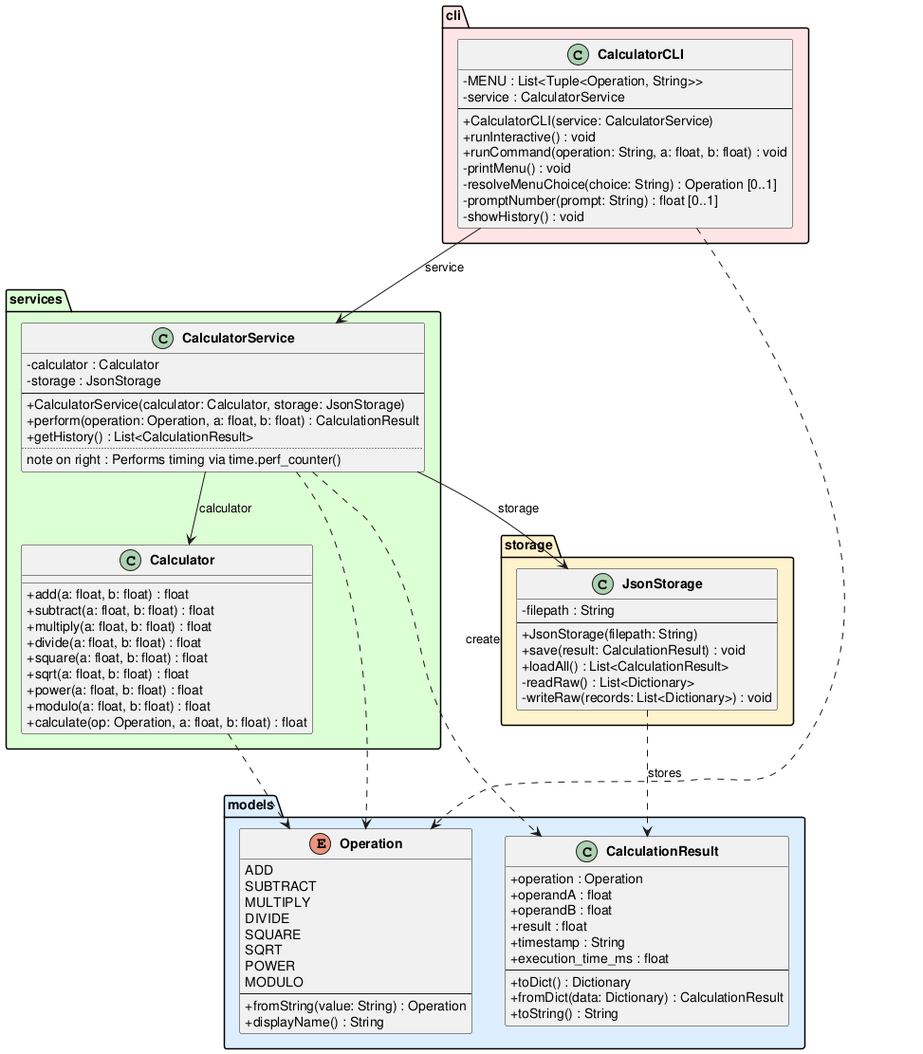
Above: experiments/pipeline/user_stories/calculator/artifacts/class_diagram.png in DanielRiha8906/Software_autoevolution_using_agents (PlantUML), before the change.
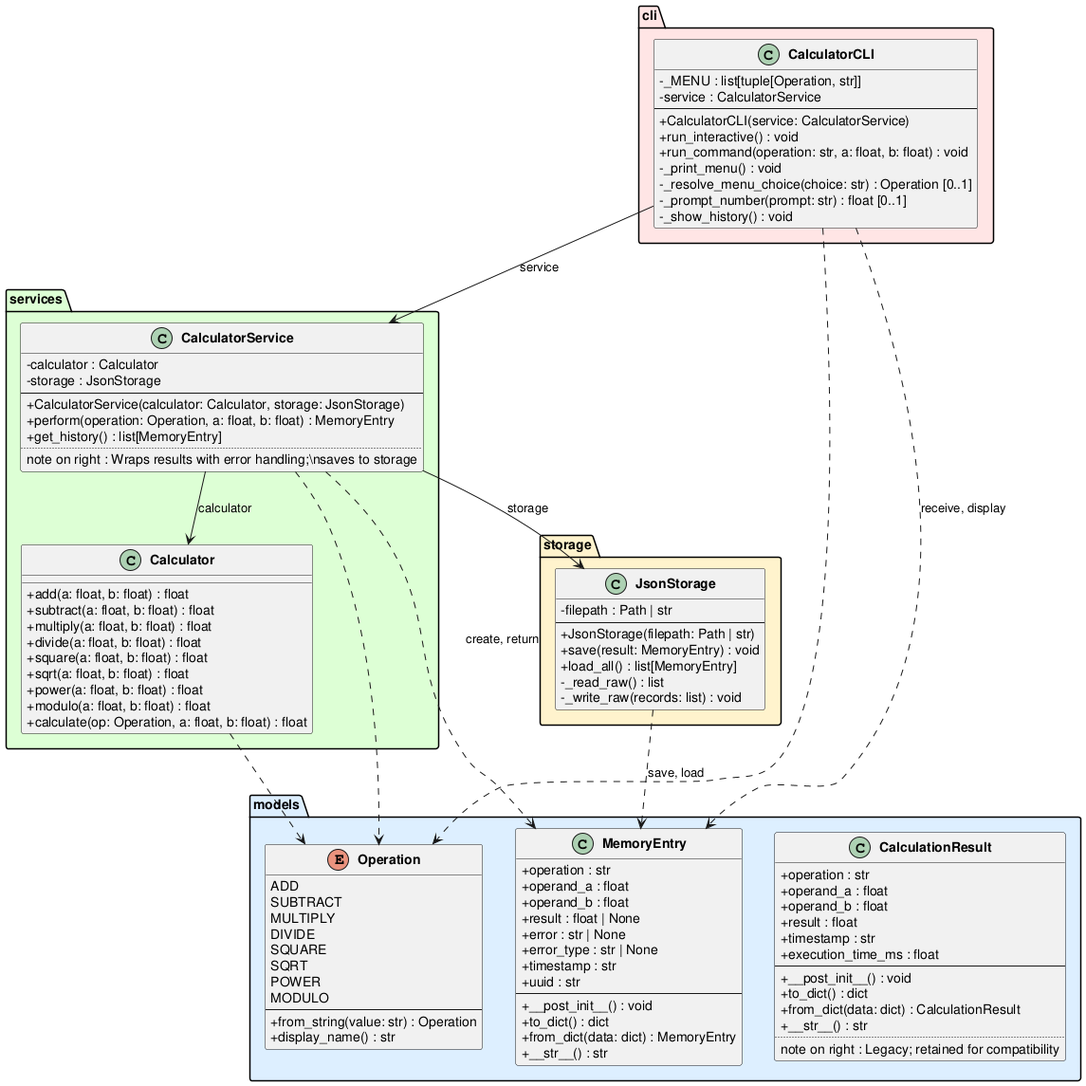
After the commit.

What changed in the source:
```diff
@@ -14,21 +14,40 @@
         POWER
         MODULO
         --
-        +fromString(value: String) : Operation
-        +displayName() : String
+        +from_string(value: str) : Operation
+        +display_name() : str
+    }
+
+    class MemoryEntry {
+        +operation : str
+        +operand_a : float
+        +operand_b : float
+        +result : float | None
+        +error : str | None
+        +error_type : str | None
+        +timestamp : str
+        +uuid : str
+        --
+        +__post_init__() : void
+        +to_dict() : dict
+        +from_dict(data: dict) : MemoryEntry
+        +__str__() : str
     }
 
     class CalculationResult {
-        +operation : Operation
-        +operandA : float
-        +operandB : float
+        +operation : str
+        +operand_a : float
+        +operand_b : float
         +result : float
-        +timestamp : String
+        +timestamp : str
         +execution_time_ms : float
         --
-        +toDict() : Dictionary
-        +fromDict(data: Dictionary) : CalculationResult
-        +toString() : String
+        +__post_init__() : void
+        +to_dict() : dict
+        +from_dict(data: dict) : CalculationResult
+        +__str__() : str
+        ..
+        note on right : Legacy; retained for compatibility
     }
 }
 
@@ -50,37 +69,37 @@
         -storage : JsonStorage
         --
         +CalculatorService(calculator: Calculator, storage: JsonStorage)
-        +perform(operation: Operation, a: float, b: float) : CalculationResult
-        +getHistory() : List<CalculationResult>
+        +perform(operation: Operation, a: float, b: float) : MemoryEntry
+        +get_history() : list[MemoryEntry]
         ..
-        note on right : Performs timing via time.perf_counter()
+        note on right : Wraps results with error handling;\\nsaves to storage
     }
 }
 
 package "storage" #FFF3CC {
     class JsonStorage {
-        -filepath : String
+        -filepath : Path | str
         --
-        +JsonStorage(filepath: String)
-        +save(result: CalculationResult) : void
-        +loadAll() : List<CalculationResult>
-        -readRaw() : List<Dictionary>
-        -writeRaw(records: List<Dictionary>) : void
+        +JsonStorage(filepath: Path | str)
+        +save(result: MemoryEntry) : void
+        +load_all() : list[MemoryEntry]
+        -_read_raw() : list
+        -_write_raw(records: list) : void
     }
 }
 
 package "cli" #FFE5E5 {
     class CalculatorCLI {
-        -MENU : List<Tuple<Operation, String>>
+        -_MENU : list[tuple[Operation, str]]
         -service : CalculatorService
         --
         +CalculatorCLI(service: CalculatorService)
-        +runInteractive() : void
-        +runCommand(operation: String, a: float, b: float) : void
-        -printMenu() : void
-        -resolveMenuChoice(choice: String) : Operation [0..1]
-        -promptNumber(prompt: String) : float [0..1]
-        -showHistory() : void
+        +run_interactive() : void
+        +run_command(operation: str, a: float, b: float) : void
+        -_print_menu() : void
+        -_resolve_menu_choice(choice: str) : Operation [0..1]
+        -_prompt_number(prompt: str) : float [0..1]
+        -_show_history() : void
     }
 }
 
@@ -88,10 +107,11 @@
 CalculatorService --> Calculator : calculator
 CalculatorService --> JsonStorage : storage
 
-CalculatorService ..> CalculationResult : create
+CalculatorService ..> MemoryEntry : create, return
 CalculatorService ..> Operation
 CalculatorCLI ..> Operation
+CalculatorCLI ..> MemoryEntry : receive, display
 Calculator ..> Operation
-JsonStorage ..> CalculationResult : stores
+JsonStorage ..> MemoryEntry : save, load
 
 @enduml
```
